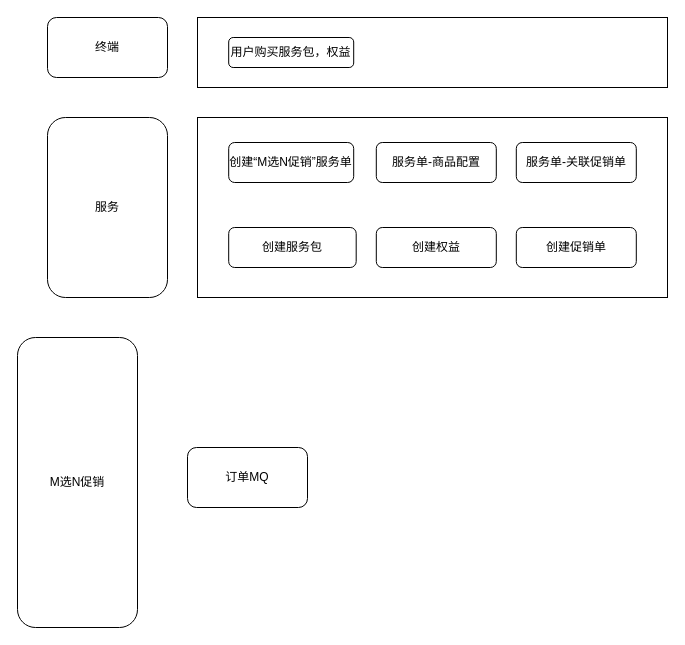
This is mxn.drawio from RockyLOMO/demo, a draw.io file, before an edit. Source tidied: cells renumbered, new cells numbered last; positions are measured from the earlier drawing's top-left corner, leaving out a move shared by most shapes. Both pictures are drawn from the tidied source at 100%, with x=0, y=0 at pixel (17, 17).
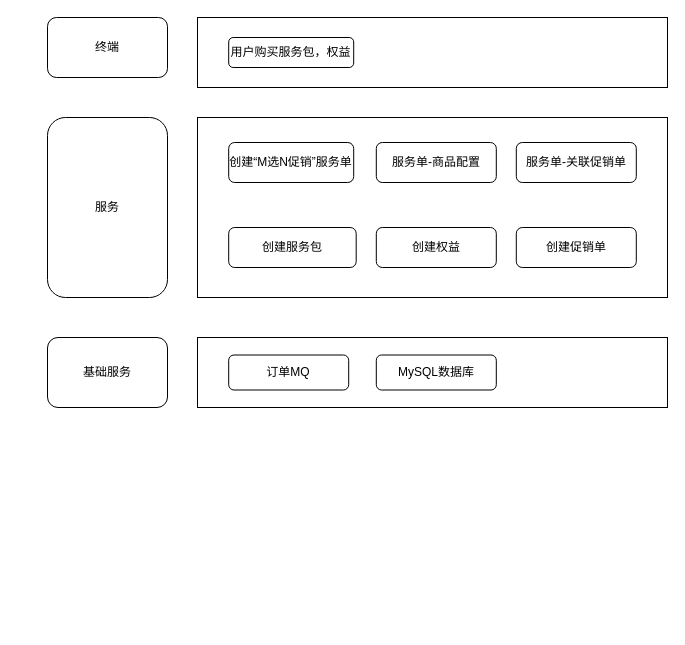
The same page after the edit.

What changed in the source:
```diff
@@
 <mxGraphModel>
   <root>
     <mxCell id="0" />
     <mxCell id="1" parent="0" />
+    <mxCell id="15" style="rounded=0;whiteSpace=wrap;html=1;" parent="1" vertex="1">
+      <mxGeometry x="180" y="320" width="470" height="70" as="geometry" />
+    </mxCell>
     <mxCell id="2" style="rounded=0;whiteSpace=wrap;html=1;" parent="1" vertex="1">
       <mxGeometry x="180" width="470" height="70" as="geometry" />
     </mxCell>
     <mxCell id="3" style="rounded=0;whiteSpace=wrap;html=1;" parent="1" vertex="1">
       <mxGeometry x="180" y="100" width="470" height="180" as="geometry" />
     </mxCell>
-    <mxCell id="4" value="M选N促销" style="rounded=1;whiteSpace=wrap;html=1;" parent="1" vertex="1">
-      <mxGeometry y="320" width="120" height="290" as="geometry" />
+    <mxCell id="4" value="基础服务" style="rounded=1;whiteSpace=wrap;html=1;" parent="1" vertex="1">
+      <mxGeometry x="30" y="320" width="120" height="70" as="geometry" />
     </mxCell>
     <mxCell id="5" value="创建“M选N促销”服务单" style="rounded=1;whiteSpace=wrap;html=1;" parent="1" vertex="1">
       <mxGeometry x="211.2" y="125" width="125" height="40" as="geometry" />
     </mxCell>
     <mxCell id="6" value="服务单-关联促销单" style="rounded=1;whiteSpace=wrap;html=1;" parent="1" vertex="1">
       <mxGeometry x="498.8" y="125" width="120" height="40" as="geometry" />
     </mxCell>
     <mxCell id="7" value="订单MQ" style="rounded=1;whiteSpace=wrap;html=1;" parent="1" vertex="1">
-      <mxGeometry x="170" y="430" width="120" height="60" as="geometry" />
+      <mxGeometry x="211.2" y="337.5" width="120" height="35" as="geometry" />
     </mxCell>
     <mxCell id="8" value="创建权益" style="rounded=1;whiteSpace=wrap;html=1;" parent="1" vertex="1">
       <mxGeometry x="358.8" y="210" width="120" height="40" as="geometry" />
     </mxCell>
     <mxCell id="9" value="服务单-商品配置" style="rounded=1;whiteSpace=wrap;html=1;" parent="1" vertex="1">
       <mxGeometry x="358.8" y="125" width="120" height="40" as="geometry" />
     </mxCell>
     <mxCell id="10" value="创建服务包" style="rounded=1;whiteSpace=wrap;html=1;" parent="1" vertex="1">
       <mxGeometry x="211.2" y="210" width="127.5" height="40" as="geometry" />
     </mxCell>
     <mxCell id="11" value="创建促销单" style="rounded=1;whiteSpace=wrap;html=1;" parent="1" vertex="1">
       <mxGeometry x="498.8" y="210" width="120" height="40" as="geometry" />
     </mxCell>
     <mxCell id="12" value="终端" style="rounded=1;whiteSpace=wrap;html=1;" parent="1" vertex="1">
       <mxGeometry x="30" width="120" height="60" as="geometry" />
     </mxCell>
     <mxCell id="13" value="用户购买服务包，权益" style="rounded=1;whiteSpace=wrap;html=1;" parent="1" vertex="1">
       <mxGeometry x="211.2" y="20" width="125" height="30" as="geometry" />
     </mxCell>
     <mxCell id="14" value="服务" style="rounded=1;whiteSpace=wrap;html=1;" parent="1" vertex="1">
       <mxGeometry x="30" y="100" width="120" height="180" as="geometry" />
     </mxCell>
+    <mxCell id="16" value="MySQL数据库" style="rounded=1;whiteSpace=wrap;html=1;" parent="1" vertex="1">
+      <mxGeometry x="358.8" y="337.5" width="120" height="35" as="geometry" />
+    </mxCell>
   </root>
 </mxGraphModel>
```
